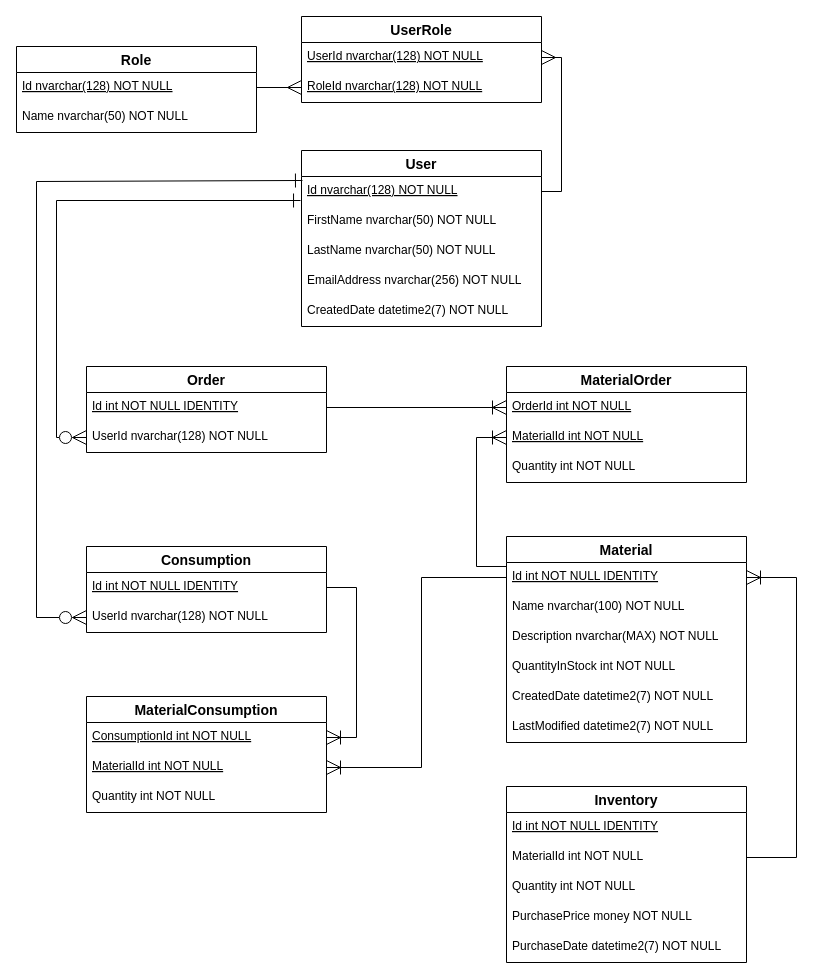
Above: Docs/EntityRelationshipModel.drawio in AdrianLion/Lager-und-Bestandsverwaltung (draw.io), before the change. Source tidied: cells renumbered, new cells numbered last; positions are measured from the earlier drawing's top-left corner, leaving out a move shared by most shapes. Both pictures are drawn from the tidied source at 100%, with x=0, y=0 at pixel (16, 16).
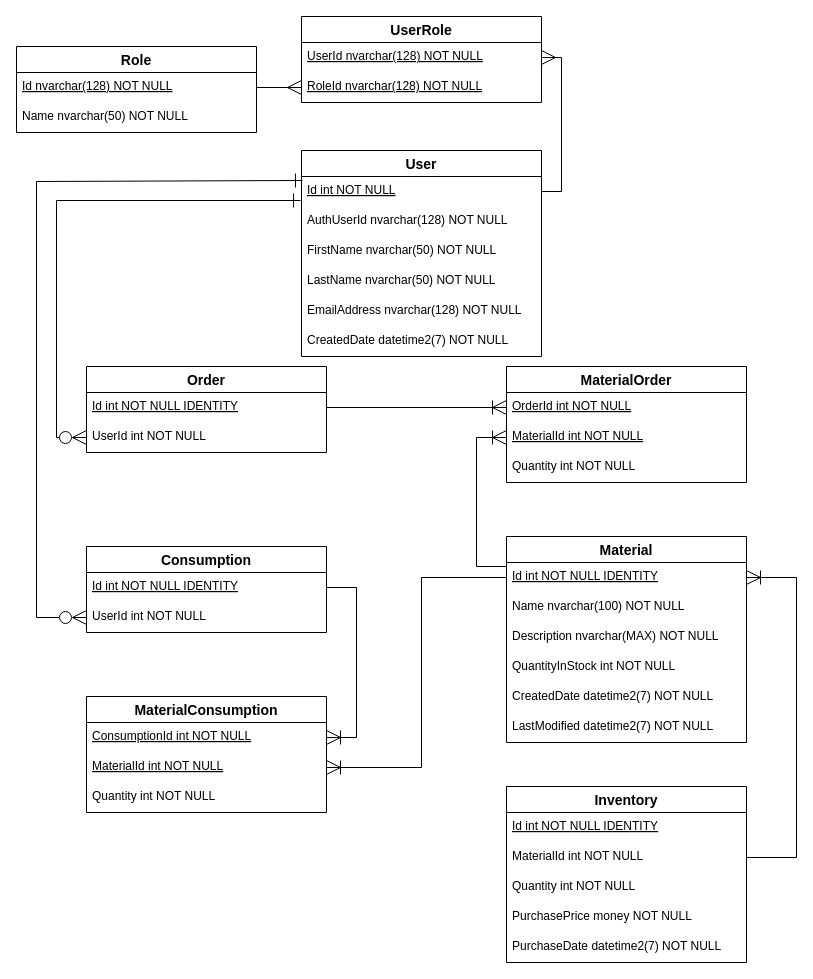
The same page after the edit.

Commit message (it also covers changes not shown here):
Changed UserId Changed UserId from NVARCHAR to INT and added AuthUserId as NVARCHAR instead for GUIDs

The change refers to these unchanged cells:
```xml
<mxCell id="27" value="Order" style="swimlane;fontStyle=1;horizontal=1;startSize=26;align=center;fontSize=14;" parent="1" vertex="1">
  <mxGeometry x="70" y="350" width="240" height="86" as="geometry" />
</mxCell>
<mxCell id="40" value="Consumption" style="swimlane;fontStyle=1;horizontal=1;startSize=26;align=center;fontSize=14;" parent="1" vertex="1">
  <mxGeometry x="70" y="530" width="240" height="86" as="geometry" />
</mxCell>
```

What changed in the source:
```diff
@@
     <mxCell id="2" value="User" style="swimlane;fontStyle=1;horizontal=1;startSize=26;align=center;fontSize=14;" parent="1" vertex="1">
-      <mxGeometry x="285" y="134" width="240" height="176" as="geometry" />
+      <mxGeometry x="285" y="134" width="240" height="206" as="geometry" />
     </mxCell>
-    <mxCell id="3" value="Id nvarchar(128) NOT NULL" style="text;strokeColor=none;fillColor=none;spacingLeft=4;spacingRight=4;overflow=hidden;points=[[0,0.5],[1,0.5]];portConstraint=eastwest;fontSize=12;fontStyle=4;" parent="2" vertex="1">
+    <mxCell id="3" value="Id int NOT NULL" style="text;strokeColor=none;fillColor=none;spacingLeft=4;spacingRight=4;overflow=hidden;points=[[0,0.5],[1,0.5]];portConstraint=eastwest;fontSize=12;fontStyle=4;" parent="2" vertex="1">
       <mxGeometry y="26" width="240" height="30" as="geometry" />
     </mxCell>
+    <mxCell id="50" value="AuthUserId nvarchar(128) NOT NULL" style="text;strokeColor=none;fillColor=none;spacingLeft=4;spacingRight=4;overflow=hidden;fontSize=12;" parent="2" vertex="1">
+      <mxGeometry y="56" width="240" height="30" as="geometry" />
+    </mxCell>
     <mxCell id="4" value="FirstName nvarchar(50) NOT NULL" style="text;strokeColor=none;fillColor=none;spacingLeft=4;spacingRight=4;overflow=hidden;fontSize=12;" parent="2" vertex="1">
-      <mxGeometry y="56" width="240" height="30" as="geometry" />
+      <mxGeometry y="86" width="240" height="30" as="geometry" />
     </mxCell>
     <mxCell id="5" value="LastName nvarchar(50) NOT NULL" style="text;strokeColor=none;fillColor=none;spacingLeft=4;spacingRight=4;overflow=hidden;fontSize=12;" parent="2" vertex="1">
-      <mxGeometry y="86" width="240" height="30" as="geometry" />
+      <mxGeometry y="116" width="240" height="30" as="geometry" />
     </mxCell>
-    <mxCell id="6" value="EmailAddress nvarchar(256) NOT NULL" style="text;strokeColor=none;fillColor=none;spacingLeft=4;spacingRight=4;overflow=hidden;fontSize=12;" parent="2" vertex="1">
-      <mxGeometry y="116" width="240" height="30" as="geometry" />
+    <mxCell id="6" value="EmailAddress nvarchar(128) NOT NULL" style="text;strokeColor=none;fillColor=none;spacingLeft=4;spacingRight=4;overflow=hidden;fontSize=12;" parent="2" vertex="1">
+      <mxGeometry y="146" width="240" height="30" as="geometry" />
     </mxCell>
     <mxCell id="7" value="CreatedDate datetime2(7) NOT NULL" style="text;strokeColor=none;fillColor=none;spacingLeft=4;spacingRight=4;overflow=hidden;fontSize=12;" parent="2" vertex="1">
-      <mxGeometry y="146" width="240" height="30" as="geometry" />
+      <mxGeometry y="176" width="240" height="30" as="geometry" />
     </mxCell>
@@
-    <mxCell id="29" value="UserId nvarchar(128) NOT NULL" style="text;strokeColor=none;fillColor=none;spacingLeft=4;spacingRight=4;overflow=hidden;points=[[0,0.5],[1,0.5]];portConstraint=eastwest;fontSize=12;" parent="27" vertex="1">
+    <mxCell id="29" value="UserId int NOT NULL" style="text;strokeColor=none;fillColor=none;spacingLeft=4;spacingRight=4;overflow=hidden;points=[[0,0.5],[1,0.5]];portConstraint=eastwest;fontSize=12;" parent="27" vertex="1">
       <mxGeometry y="56" width="240" height="30" as="geometry" />
     </mxCell>
@@
-    <mxCell id="42" value="UserId nvarchar(128) NOT NULL" style="text;strokeColor=none;fillColor=none;spacingLeft=4;spacingRight=4;overflow=hidden;points=[[0,0.5],[1,0.5]];portConstraint=eastwest;fontSize=12;" parent="40" vertex="1">
+    <mxCell id="42" value="UserId int NOT NULL" style="text;strokeColor=none;fillColor=none;spacingLeft=4;spacingRight=4;overflow=hidden;points=[[0,0.5],[1,0.5]];portConstraint=eastwest;fontSize=12;" parent="40" vertex="1">
       <mxGeometry y="56" width="240" height="30" as="geometry" />
     </mxCell>
```
